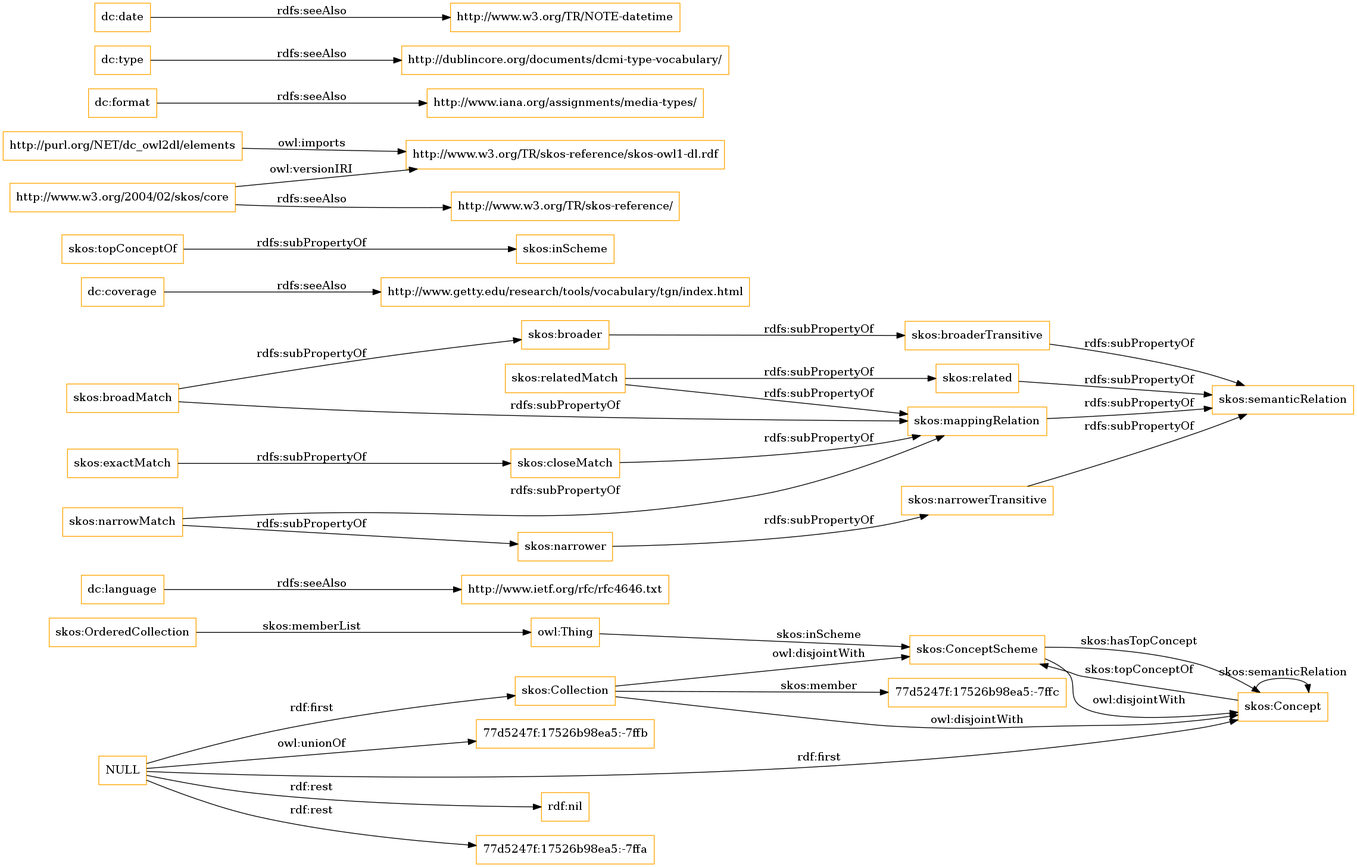
Before: OnToology/imports/elements.owl/diagrams/ar2dtool-class/elements.owl.png, a diagram exported from Graphviz (OnToologyUser/core-ontology-1). Its source is kept beside it as OnToology/imports/elements.owl/diagrams/ar2dtool-class/elements.owl.png.dot.
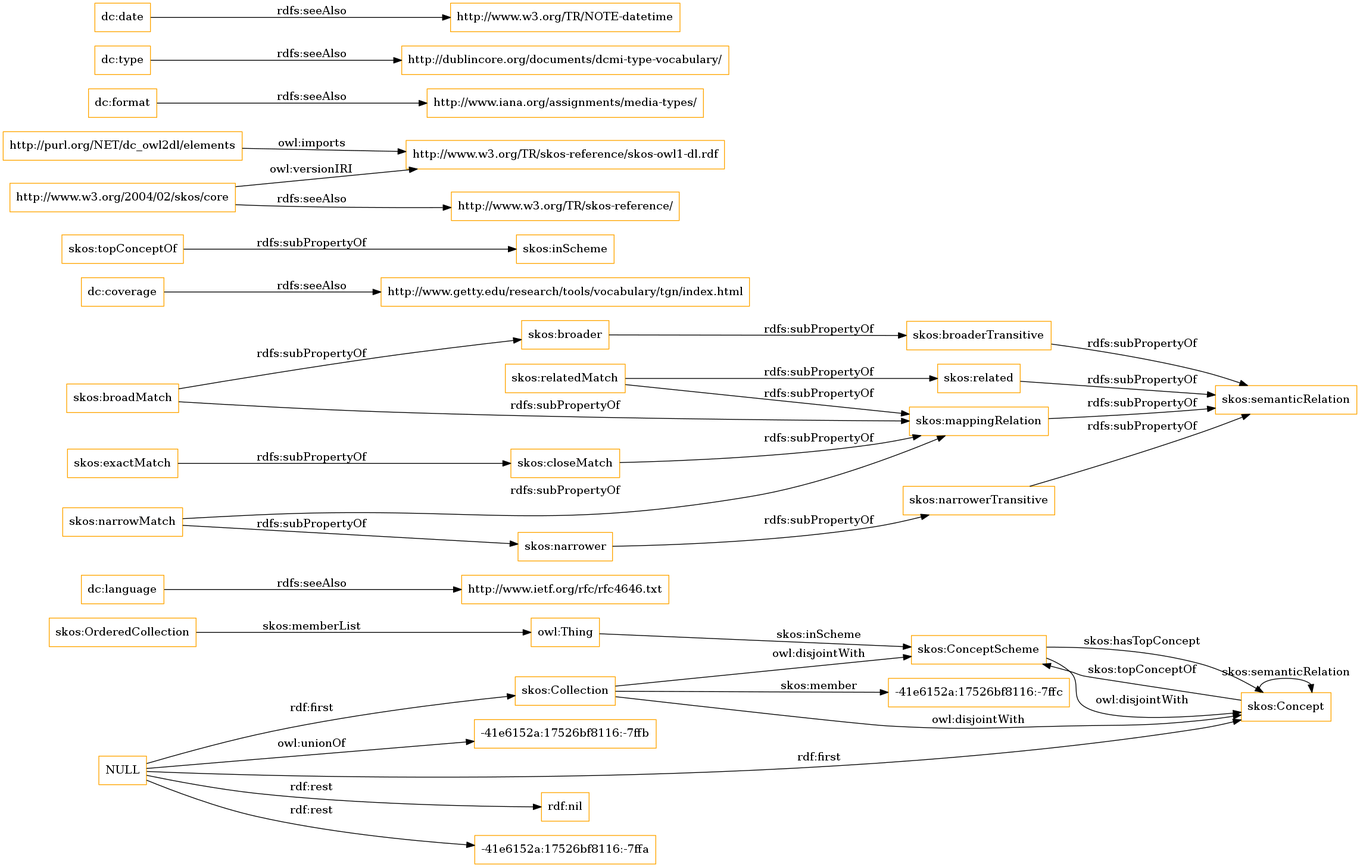
The same diagram one commit later.

Diff of the diagram source:
```diff
@@ -1,13 +1,13 @@
 digraph ar2dtool_diagram {
 rankdir=LR;
 size="1501"
-node [shape = rectangle, color="orange"]; "77d5247f:17526b98ea5:-7ffc" "skos:OrderedCollection" "skos:Collection" "skos:ConceptScheme" "skos:Concept" ; /*classes style*/
+node [shape = rectangle, color="orange"]; "-41e6152a:17526bf8116:-7ffc" "skos:OrderedCollection" "skos:Collection" "skos:ConceptScheme" "skos:Concept" ; /*classes style*/
 	"dc:language" -> "http://www.ietf.org/rfc/rfc4646.txt" [ label = "rdfs:seeAlso" ];
 	"NULL" -> "rdf:nil" [ label = "rdf:rest" ];
 	"NULL" -> "skos:Collection" [ label = "rdf:first" ];
-	"NULL" -> "77d5247f:17526b98ea5:-7ffa" [ label = "rdf:rest" ];
+	"NULL" -> "-41e6152a:17526bf8116:-7ffa" [ label = "rdf:rest" ];
 	"NULL" -> "skos:Concept" [ label = "rdf:first" ];
-	"NULL" -> "77d5247f:17526b98ea5:-7ffb" [ label = "owl:unionOf" ];
+	"NULL" -> "-41e6152a:17526bf8116:-7ffb" [ label = "owl:unionOf" ];
 	"skos:closeMatch" -> "skos:mappingRelation" [ label = "rdfs:subPropertyOf" ];
 	"dc:coverage" -> "http://www.getty.edu/research/tools/vocabulary/tgn/index.html" [ label = "rdfs:seeAlso" ];
 	"skos:relatedMatch" -> "skos:related" [ label = "rdfs:subPropertyOf" ];
@@ -36,7 +36,7 @@
 	"skos:OrderedCollection" -> "owl:Thing" [ label = "skos:memberList" ];
 	"skos:Concept" -> "skos:ConceptScheme" [ label = "skos:topConceptOf" ];
 	"skos:Concept" -> "skos:Concept" [ label = "skos:semanticRelation" ];
-	"skos:Collection" -> "77d5247f:17526b98ea5:-7ffc" [ label = "skos:member" ];
+	"skos:Collection" -> "-41e6152a:17526bf8116:-7ffc" [ label = "skos:member" ];
 	"skos:ConceptScheme" -> "skos:Concept" [ label = "skos:hasTopConcept" ];
 	"owl:Thing" -> "skos:ConceptScheme" [ label = "skos:inScheme" ];
 
```
